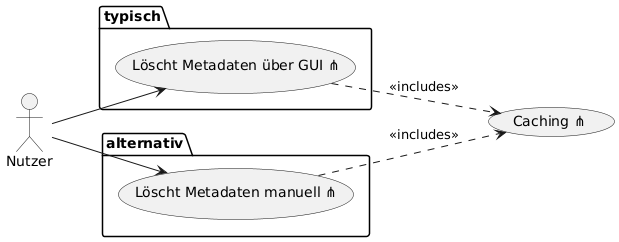
Above: wiki/topics/Inkremente/00/Diagramme/Anforderungsanalyse_004.png in SoftwareEngineeringOne/wiki (PlantUML), before the change.
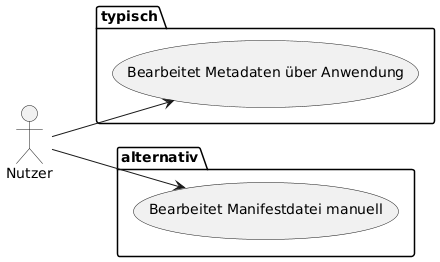
Above is the later version.

Diff of the diagram source:
```diff
@@ -2,16 +2,13 @@
 left to right direction
 
 actor Nutzer as u
-usecase "Caching ⋔" as c
 
 package typisch {
-u --> (Löscht Metadaten über GUI ⋔)
+u --> (Bearbeitet Metadaten über Anwendung)
 }
 
 package alternativ {
-u --> (Löscht Metadaten manuell ⋔)
+u --> (Bearbeitet Manifestdatei manuell)
 }
 
-c <.up. (Löscht Metadaten über GUI ⋔) : <<includes>>
-c <.up. (Löscht Metadaten manuell ⋔) : <<includes>>
 @enduml
```
